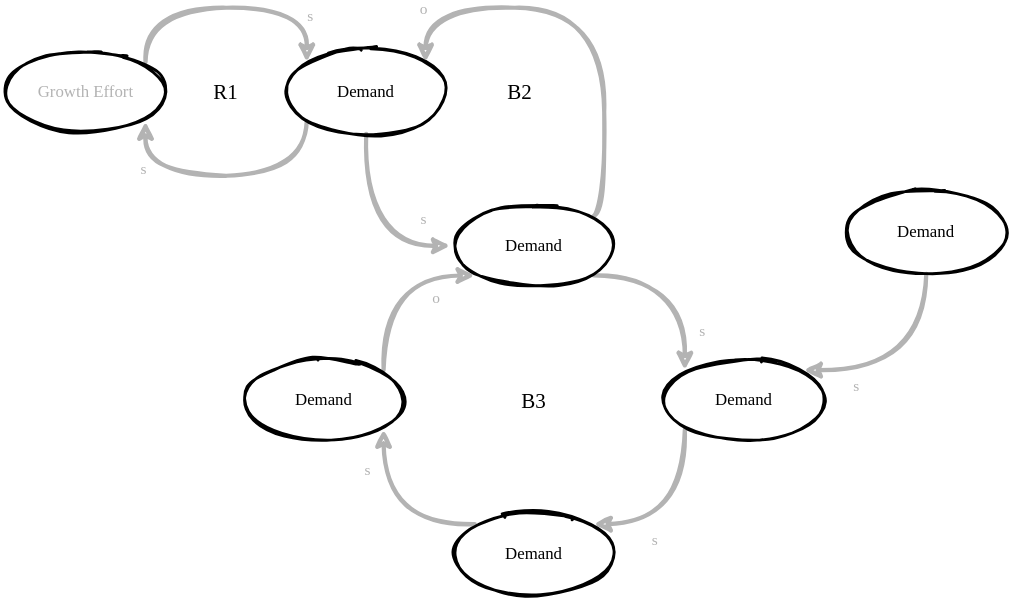
Above: src/material/graphics/archetypes.growth-and-underinvestment.drawio.svg in thomykay/devspace-systemsthinking (draw.io), before the change. Source tidied: cells renumbered, new cells last; positions are measured from the earlier drawing's top-left corner, leaving out a move shared by most shapes.
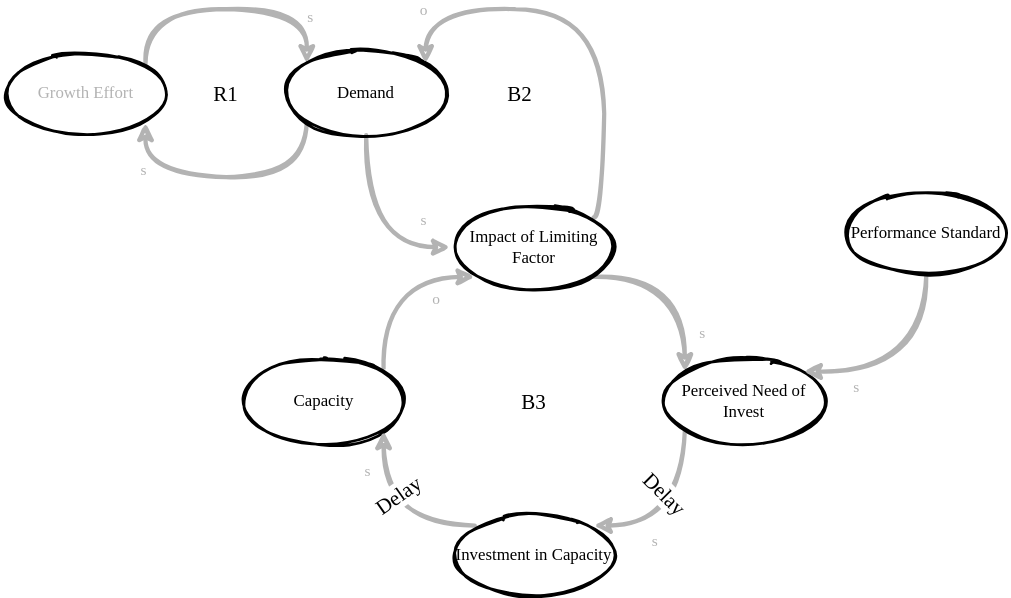
The same diagram one commit later.

What changed in the source:
```diff
@@ -2,27 +2,27 @@
   <root>
     <mxCell id="0" />
     <mxCell id="1" parent="0" />
-    <mxCell id="2" style="edgeStyle=orthogonalEdgeStyle;curved=1;rounded=0;sketch=1;jettySize=auto;html=1;exitX=0;exitY=1;exitDx=0;exitDy=0;entryX=1;entryY=1;entryDx=0;entryDy=0;fontFamily=Comic Sans MS;fontColor=#B3B3B3;strokeColor=#B3B3B3;strokeWidth=3;" parent="1" edge="1" source="6" target="9">
-      <mxGeometry relative="1" as="geometry">
-        <Array as="points">
-          <mxPoint x="218" y="120" />
-          <mxPoint x="102" y="120" />
-        </Array>
-      </mxGeometry>
-    </mxCell>
-    <mxCell id="3" value="s" style="edgeLabel;html=1;align=center;verticalAlign=middle;fontFamily=Comic Sans MS;fontColor=#B3B3B3;" parent="2" vertex="1">
-      <mxGeometry x="0.31" y="-6" relative="1" as="geometry">
-        <mxPoint x="-29" as="offset" />
-      </mxGeometry>
-    </mxCell>
-    <mxCell id="4" style="edgeStyle=orthogonalEdgeStyle;curved=1;rounded=0;sketch=1;jettySize=auto;html=1;entryX=0;entryY=0.5;entryDx=0;entryDy=0;fontFamily=Comic Sans MS;fontColor=#B3B3B3;strokeColor=#B3B3B3;strokeWidth=3;" parent="1" edge="1" source="6" target="14">
-      <mxGeometry relative="1" as="geometry" />
-    </mxCell>
-    <mxCell id="5" value="s" style="edgeLabel;html=1;align=center;verticalAlign=middle;fontFamily=Comic Sans MS;fontColor=#B3B3B3;" parent="4" vertex="1">
-      <mxGeometry x="-0.18" y="15" relative="1" as="geometry">
-        <mxPoint x="25" y="3" as="offset" />
-      </mxGeometry>
-    </mxCell>
+    <mxCell id="8" style="edgeStyle=orthogonalEdgeStyle;curved=1;rounded=0;sketch=1;jettySize=auto;html=1;exitX=0;exitY=1;exitDx=0;exitDy=0;entryX=1;entryY=1;entryDx=0;entryDy=0;fontFamily=Comic Sans MS;fontColor=#B3B3B3;strokeColor=#B3B3B3;strokeWidth=3;" parent="1" edge="1" source="6" target="9">
+      <mxGeometry relative="1" as="geometry">
+        <Array as="points">
+          <mxPoint x="218" y="120" />
+          <mxPoint x="102" y="120" />
+        </Array>
+      </mxGeometry>
+    </mxCell>
+    <mxCell id="30" value="s" style="edgeLabel;html=1;align=center;verticalAlign=middle;fontFamily=Comic Sans MS;fontColor=#B3B3B3;" parent="8" vertex="1">
+      <mxGeometry x="0.31" y="-6" relative="1" as="geometry">
+        <mxPoint x="-29" as="offset" />
+      </mxGeometry>
+    </mxCell>
+    <mxCell id="31" style="edgeStyle=orthogonalEdgeStyle;curved=1;rounded=0;sketch=1;jettySize=auto;html=1;entryX=0;entryY=0.5;entryDx=0;entryDy=0;fontFamily=Comic Sans MS;fontColor=#B3B3B3;strokeColor=#B3B3B3;strokeWidth=3;" parent="1" edge="1" source="6" target="38">
+      <mxGeometry relative="1" as="geometry" />
+    </mxCell>
+    <mxCell id="32" value="s" style="edgeLabel;html=1;align=center;verticalAlign=middle;fontFamily=Comic Sans MS;fontColor=#B3B3B3;" parent="31" vertex="1">
+      <mxGeometry x="-0.18" y="15" relative="1" as="geometry">
+        <mxPoint x="25" y="3" as="offset" />
+      </mxGeometry>
+    </mxCell>
     <mxCell id="6" value="Demand" style="ellipse;whiteSpace=wrap;html=1;strokeWidth=2;fillWeight=2;hachureGap=8;fillStyle=dots;sketch=1;fontFamily=Comic Sans MS;" parent="1" vertex="1">
       <mxGeometry x="200" y="30" width="120" height="60" as="geometry" />
     </mxCell>
@@ -34,95 +34,95 @@
         </Array>
       </mxGeometry>
     </mxCell>
-    <mxCell id="8" value="s" style="edgeLabel;html=1;align=center;verticalAlign=middle;fontFamily=Comic Sans MS;fontColor=#B3B3B3;" parent="7" vertex="1">
-      <mxGeometry x="0.43" y="-5" relative="1" as="geometry">
-        <mxPoint x="18" as="offset" />
-      </mxGeometry>
-    </mxCell>
+    <mxCell id="33" value="s" style="edgeLabel;html=1;align=center;verticalAlign=middle;fontFamily=Comic Sans MS;fontColor=#B3B3B3;" parent="7" vertex="1">
+      <mxGeometry x="0.43" y="-5" relative="1" as="geometry">
+        <mxPoint x="18" as="offset" />
+      </mxGeometry>
+    </mxCell>
     <mxCell id="9" value="Growth Effort" style="ellipse;whiteSpace=wrap;html=1;strokeWidth=2;fillWeight=2;hachureGap=8;fillStyle=dots;sketch=1;fontFamily=Comic Sans MS;fontColor=#B3B3B3;" parent="1" vertex="1">
       <mxGeometry y="30" width="120" height="60" as="geometry" />
     </mxCell>
-    <mxCell id="10" style="edgeStyle=orthogonalEdgeStyle;curved=1;rounded=0;sketch=1;jettySize=auto;html=1;entryX=0;entryY=0;entryDx=0;entryDy=0;fontFamily=Comic Sans MS;fontColor=#B3B3B3;strokeColor=#B3B3B3;strokeWidth=3;exitX=1;exitY=1;exitDx=0;exitDy=0;" parent="1" edge="1" source="14" target="17">
-      <mxGeometry relative="1" as="geometry" />
-    </mxCell>
-    <mxCell id="11" value="s" style="edgeLabel;html=1;align=center;verticalAlign=middle;fontFamily=Comic Sans MS;fontColor=#B3B3B3;" parent="10" vertex="1">
-      <mxGeometry x="0.31" y="-14" relative="1" as="geometry">
-        <mxPoint x="26" y="17" as="offset" />
-      </mxGeometry>
-    </mxCell>
-    <mxCell id="12" style="edgeStyle=orthogonalEdgeStyle;curved=1;rounded=0;sketch=1;jettySize=auto;html=1;exitX=1;exitY=0;exitDx=0;exitDy=0;entryX=1;entryY=0;entryDx=0;entryDy=0;fontFamily=Comic Sans MS;fontColor=#B3B3B3;strokeColor=#B3B3B3;strokeWidth=3;" parent="1" edge="1" source="14" target="6">
-      <mxGeometry relative="1" as="geometry">
-        <Array as="points">
-          <mxPoint x="430" y="149" />
-          <mxPoint x="430" />
-          <mxPoint x="302" />
-        </Array>
-      </mxGeometry>
-    </mxCell>
-    <mxCell id="13" value="o" style="edgeLabel;html=1;align=center;verticalAlign=middle;fontFamily=Comic Sans MS;fontColor=#B3B3B3;" parent="12" vertex="1">
-      <mxGeometry x="0.59" relative="1" as="geometry">
-        <mxPoint x="-30" as="offset" />
-      </mxGeometry>
-    </mxCell>
-    <mxCell id="14" value="Demand" style="ellipse;whiteSpace=wrap;html=1;strokeWidth=2;fillWeight=2;hachureGap=8;fillStyle=dots;sketch=1;fontFamily=Comic Sans MS;" parent="1" vertex="1">
-      <mxGeometry x="320" y="140" width="120" height="60" as="geometry" />
-    </mxCell>
-    <mxCell id="15" style="edgeStyle=orthogonalEdgeStyle;curved=1;rounded=0;sketch=1;jettySize=auto;html=1;exitX=0;exitY=1;exitDx=0;exitDy=0;entryX=1;entryY=0;entryDx=0;entryDy=0;fontFamily=Comic Sans MS;fontColor=#B3B3B3;strokeColor=#B3B3B3;strokeWidth=3;" parent="1" edge="1" source="17" target="23">
-      <mxGeometry relative="1" as="geometry">
-        <Array as="points">
-          <mxPoint x="488" y="369" />
-        </Array>
-      </mxGeometry>
-    </mxCell>
-    <mxCell id="16" value="s" style="edgeLabel;html=1;align=center;verticalAlign=middle;fontFamily=Comic Sans MS;fontColor=#B3B3B3;" parent="15" vertex="1">
-      <mxGeometry x="0.36" y="-14" relative="1" as="geometry">
-        <mxPoint y="25" as="offset" />
-      </mxGeometry>
-    </mxCell>
-    <mxCell id="17" value="Demand" style="ellipse;whiteSpace=wrap;html=1;strokeWidth=2;fillWeight=2;hachureGap=8;fillStyle=dots;sketch=1;fontFamily=Comic Sans MS;" parent="1" vertex="1">
-      <mxGeometry x="470" y="250" width="120" height="60" as="geometry" />
-    </mxCell>
-    <mxCell id="18" style="edgeStyle=orthogonalEdgeStyle;curved=1;rounded=0;sketch=1;jettySize=auto;html=1;exitX=1;exitY=0;exitDx=0;exitDy=0;entryX=0;entryY=1;entryDx=0;entryDy=0;fontFamily=Comic Sans MS;fontColor=#B3B3B3;strokeColor=#B3B3B3;strokeWidth=3;" parent="1" edge="1" source="20" target="14">
-      <mxGeometry relative="1" as="geometry">
-        <Array as="points">
-          <mxPoint x="272" y="191" />
-        </Array>
-      </mxGeometry>
-    </mxCell>
-    <mxCell id="19" value="o" style="edgeLabel;html=1;align=center;verticalAlign=middle;fontFamily=Comic Sans MS;fontColor=#B3B3B3;" parent="18" vertex="1">
-      <mxGeometry x="0.28" y="-15" relative="1" as="geometry">
-        <mxPoint x="20" as="offset" />
-      </mxGeometry>
-    </mxCell>
-    <mxCell id="20" value="Demand" style="ellipse;whiteSpace=wrap;html=1;strokeWidth=2;fillWeight=2;hachureGap=8;fillStyle=dots;sketch=1;fontFamily=Comic Sans MS;" parent="1" vertex="1">
-      <mxGeometry x="170" y="250" width="120" height="60" as="geometry" />
-    </mxCell>
-    <mxCell id="21" style="edgeStyle=orthogonalEdgeStyle;curved=1;rounded=0;sketch=1;jettySize=auto;html=1;entryX=1;entryY=1;entryDx=0;entryDy=0;fontFamily=Comic Sans MS;fontColor=#B3B3B3;strokeColor=#B3B3B3;strokeWidth=3;exitX=0;exitY=0;exitDx=0;exitDy=0;" parent="1" edge="1" source="23" target="20">
-      <mxGeometry relative="1" as="geometry" />
-    </mxCell>
-    <mxCell id="22" value="s" style="edgeLabel;html=1;align=center;verticalAlign=middle;fontFamily=Comic Sans MS;fontColor=#B3B3B3;" parent="21" vertex="1">
-      <mxGeometry x="0.34" y="-6" relative="1" as="geometry">
-        <mxPoint x="-18" y="-15" as="offset" />
-      </mxGeometry>
-    </mxCell>
-    <mxCell id="23" value="Demand" style="ellipse;whiteSpace=wrap;html=1;strokeWidth=2;fillWeight=2;hachureGap=8;fillStyle=dots;sketch=1;fontFamily=Comic Sans MS;" parent="1" vertex="1">
-      <mxGeometry x="320" y="360" width="120" height="60" as="geometry" />
-    </mxCell>
-    <mxCell id="24" style="edgeStyle=orthogonalEdgeStyle;curved=1;rounded=0;sketch=1;jettySize=auto;html=1;entryX=1;entryY=0;entryDx=0;entryDy=0;fontFamily=Comic Sans MS;fontColor=#B3B3B3;strokeColor=#B3B3B3;strokeWidth=3;exitX=0.5;exitY=1;exitDx=0;exitDy=0;" parent="1" edge="1" source="26" target="17">
-      <mxGeometry relative="1" as="geometry">
-        <Array as="points">
-          <mxPoint x="660" y="259" />
-        </Array>
-      </mxGeometry>
-    </mxCell>
-    <mxCell id="25" value="s" style="edgeLabel;html=1;align=center;verticalAlign=middle;fontFamily=Comic Sans MS;fontColor=#B3B3B3;" parent="24" vertex="1">
-      <mxGeometry x="0.24" y="-12" relative="1" as="geometry">
-        <mxPoint x="-22" y="23" as="offset" />
-      </mxGeometry>
-    </mxCell>
-    <mxCell id="26" value="Demand" style="ellipse;whiteSpace=wrap;html=1;strokeWidth=2;fillWeight=2;hachureGap=8;fillStyle=dots;sketch=1;fontFamily=Comic Sans MS;" parent="1" vertex="1">
-      <mxGeometry x="600" y="130" width="120" height="60" as="geometry" />
-    </mxCell>
+    <mxCell id="34" style="edgeStyle=orthogonalEdgeStyle;curved=1;rounded=0;sketch=1;jettySize=auto;html=1;entryX=0;entryY=0;entryDx=0;entryDy=0;fontFamily=Comic Sans MS;fontColor=#B3B3B3;strokeColor=#B3B3B3;strokeWidth=3;exitX=1;exitY=1;exitDx=0;exitDy=0;" parent="1" edge="1" source="38" target="41">
+      <mxGeometry relative="1" as="geometry" />
+    </mxCell>
+    <mxCell id="35" value="s" style="edgeLabel;html=1;align=center;verticalAlign=middle;fontFamily=Comic Sans MS;fontColor=#B3B3B3;" parent="34" vertex="1">
+      <mxGeometry x="0.31" y="-14" relative="1" as="geometry">
+        <mxPoint x="26" y="17" as="offset" />
+      </mxGeometry>
+    </mxCell>
+    <mxCell id="36" style="edgeStyle=orthogonalEdgeStyle;curved=1;rounded=0;sketch=1;jettySize=auto;html=1;exitX=1;exitY=0;exitDx=0;exitDy=0;entryX=1;entryY=0;entryDx=0;entryDy=0;fontFamily=Comic Sans MS;fontColor=#B3B3B3;strokeColor=#B3B3B3;strokeWidth=3;" parent="1" edge="1" source="38" target="6">
+      <mxGeometry relative="1" as="geometry">
+        <Array as="points">
+          <mxPoint x="430" y="149" />
+          <mxPoint x="430" />
+          <mxPoint x="302" />
+        </Array>
+      </mxGeometry>
+    </mxCell>
+    <mxCell id="37" value="o" style="edgeLabel;html=1;align=center;verticalAlign=middle;fontFamily=Comic Sans MS;fontColor=#B3B3B3;" parent="36" vertex="1">
+      <mxGeometry x="0.59" relative="1" as="geometry">
+        <mxPoint x="-30" as="offset" />
+      </mxGeometry>
+    </mxCell>
+    <mxCell id="38" value="Impact of Limiting Factor" style="ellipse;whiteSpace=wrap;html=1;strokeWidth=2;fillWeight=2;hachureGap=8;fillStyle=dots;sketch=1;fontFamily=Comic Sans MS;" parent="1" vertex="1">
+      <mxGeometry x="320" y="140" width="120" height="60" as="geometry" />
+    </mxCell>
+    <mxCell id="39" style="edgeStyle=orthogonalEdgeStyle;curved=1;rounded=0;sketch=1;jettySize=auto;html=1;exitX=0;exitY=1;exitDx=0;exitDy=0;entryX=1;entryY=0;entryDx=0;entryDy=0;fontFamily=Comic Sans MS;fontColor=#B3B3B3;strokeColor=#B3B3B3;strokeWidth=3;" parent="1" edge="1" source="41" target="47">
+      <mxGeometry relative="1" as="geometry">
+        <Array as="points">
+          <mxPoint x="488" y="369" />
+        </Array>
+      </mxGeometry>
+    </mxCell>
+    <mxCell id="40" value="s" style="edgeLabel;html=1;align=center;verticalAlign=middle;fontFamily=Comic Sans MS;fontColor=#B3B3B3;" parent="39" vertex="1">
+      <mxGeometry x="0.36" y="-14" relative="1" as="geometry">
+        <mxPoint y="25" as="offset" />
+      </mxGeometry>
+    </mxCell>
+    <mxCell id="41" value="Perceived Need of Invest" style="ellipse;whiteSpace=wrap;html=1;strokeWidth=2;fillWeight=2;hachureGap=8;fillStyle=dots;sketch=1;fontFamily=Comic Sans MS;" parent="1" vertex="1">
+      <mxGeometry x="470" y="250" width="120" height="60" as="geometry" />
+    </mxCell>
+    <mxCell id="42" style="edgeStyle=orthogonalEdgeStyle;curved=1;rounded=0;sketch=1;jettySize=auto;html=1;exitX=1;exitY=0;exitDx=0;exitDy=0;entryX=0;entryY=1;entryDx=0;entryDy=0;fontFamily=Comic Sans MS;fontColor=#B3B3B3;strokeColor=#B3B3B3;strokeWidth=3;" parent="1" edge="1" source="44" target="38">
+      <mxGeometry relative="1" as="geometry">
+        <Array as="points">
+          <mxPoint x="272" y="191" />
+        </Array>
+      </mxGeometry>
+    </mxCell>
+    <mxCell id="43" value="o" style="edgeLabel;html=1;align=center;verticalAlign=middle;fontFamily=Comic Sans MS;fontColor=#B3B3B3;" parent="42" vertex="1">
+      <mxGeometry x="0.28" y="-15" relative="1" as="geometry">
+        <mxPoint x="20" as="offset" />
+      </mxGeometry>
+    </mxCell>
+    <mxCell id="44" value="Capacity" style="ellipse;whiteSpace=wrap;html=1;strokeWidth=2;fillWeight=2;hachureGap=8;fillStyle=dots;sketch=1;fontFamily=Comic Sans MS;" parent="1" vertex="1">
+      <mxGeometry x="170" y="250" width="120" height="60" as="geometry" />
+    </mxCell>
+    <mxCell id="45" style="edgeStyle=orthogonalEdgeStyle;curved=1;rounded=0;sketch=1;jettySize=auto;html=1;entryX=1;entryY=1;entryDx=0;entryDy=0;fontFamily=Comic Sans MS;fontColor=#B3B3B3;strokeColor=#B3B3B3;strokeWidth=3;exitX=0;exitY=0;exitDx=0;exitDy=0;" parent="1" edge="1" source="47" target="44">
+      <mxGeometry relative="1" as="geometry" />
+    </mxCell>
+    <mxCell id="46" value="s" style="edgeLabel;html=1;align=center;verticalAlign=middle;fontFamily=Comic Sans MS;fontColor=#B3B3B3;" parent="45" vertex="1">
+      <mxGeometry x="0.34" y="-6" relative="1" as="geometry">
+        <mxPoint x="-18" y="-15" as="offset" />
+      </mxGeometry>
+    </mxCell>
+    <mxCell id="47" value="Investment in Capacity" style="ellipse;whiteSpace=wrap;html=1;strokeWidth=2;fillWeight=2;hachureGap=8;fillStyle=dots;sketch=1;fontFamily=Comic Sans MS;" parent="1" vertex="1">
+      <mxGeometry x="320" y="360" width="120" height="60" as="geometry" />
+    </mxCell>
+    <mxCell id="48" style="edgeStyle=orthogonalEdgeStyle;curved=1;rounded=0;sketch=1;jettySize=auto;html=1;entryX=1;entryY=0;entryDx=0;entryDy=0;fontFamily=Comic Sans MS;fontColor=#B3B3B3;strokeColor=#B3B3B3;strokeWidth=3;exitX=0.5;exitY=1;exitDx=0;exitDy=0;" parent="1" edge="1" source="50" target="41">
+      <mxGeometry relative="1" as="geometry">
+        <Array as="points">
+          <mxPoint x="660" y="259" />
+        </Array>
+      </mxGeometry>
+    </mxCell>
+    <mxCell id="49" value="s" style="edgeLabel;html=1;align=center;verticalAlign=middle;fontFamily=Comic Sans MS;fontColor=#B3B3B3;" parent="48" vertex="1">
+      <mxGeometry x="0.24" y="-12" relative="1" as="geometry">
+        <mxPoint x="-22" y="23" as="offset" />
+      </mxGeometry>
+    </mxCell>
+    <mxCell id="50" value="Performance Standard" style="ellipse;whiteSpace=wrap;html=1;strokeWidth=2;fillWeight=2;hachureGap=8;fillStyle=dots;sketch=1;fontFamily=Comic Sans MS;" parent="1" vertex="1">
+      <mxGeometry x="600" y="130" width="120" height="60" as="geometry" />
+    </mxCell>
     <mxCell id="27" value="R1" style="text;html=1;strokeColor=none;fillColor=none;align=center;verticalAlign=middle;whiteSpace=wrap;rounded=0;fontFamily=Comic Sans MS;fontSize=15;" parent="1" vertex="1">
       <mxGeometry x="140" y="50" width="40" height="20" as="geometry" />
     </mxCell>
@@ -132,5 +132,11 @@
     <mxCell id="29" value="B3" style="text;html=1;strokeColor=none;fillColor=none;align=center;verticalAlign=middle;whiteSpace=wrap;rounded=0;fontFamily=Comic Sans MS;fontSize=15;" parent="1" vertex="1">
       <mxGeometry x="360" y="270" width="40" height="20" as="geometry" />
     </mxCell>
+    <mxCell id="51" value="Delay" style="text;html=1;strokeColor=none;fillColor=none;align=center;verticalAlign=middle;whiteSpace=wrap;rounded=0;fontFamily=Comic Sans MS;fontSize=15;rotation=45;labelBackgroundColor=#ffffff;" parent="1" vertex="1">
+      <mxGeometry x="454" y="336" width="40" height="20" as="geometry" />
+    </mxCell>
+    <mxCell id="52" value="Delay" style="text;html=1;strokeColor=none;fillColor=none;align=center;verticalAlign=middle;whiteSpace=wrap;rounded=0;fontFamily=Comic Sans MS;fontSize=15;rotation=-35;labelBackgroundColor=#ffffff;" parent="1" vertex="1">
+      <mxGeometry x="263" y="337" width="40" height="20" as="geometry" />
+    </mxCell>
   </root>
 </mxGraphModel>
```
